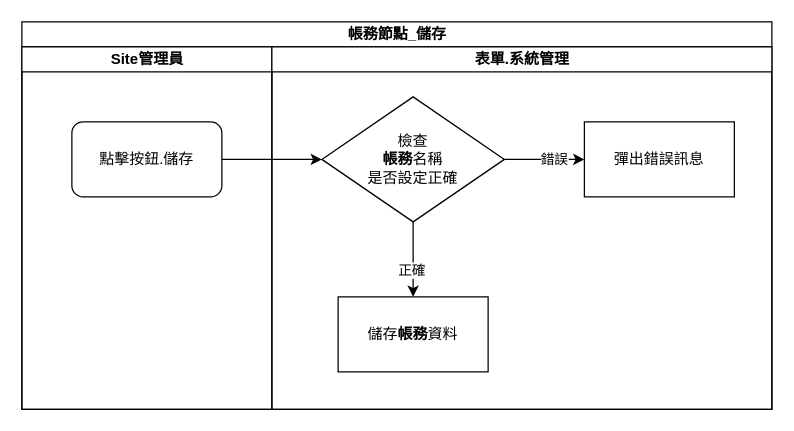
This is 8.10.0/UPDATE/ITEM_3/RTE/attachment/ProjectIndex_Corp_Save.drawio from ArcareRD/sadocs, a draw.io file, before an edit. Source tidied: cells renumbered, new cells numbered last; positions are measured from the earlier drawing's top-left corner, leaving out a move shared by most shapes. Both pictures are drawn from the tidied source at 125%, with x=0, y=0 at pixel (21, 21).
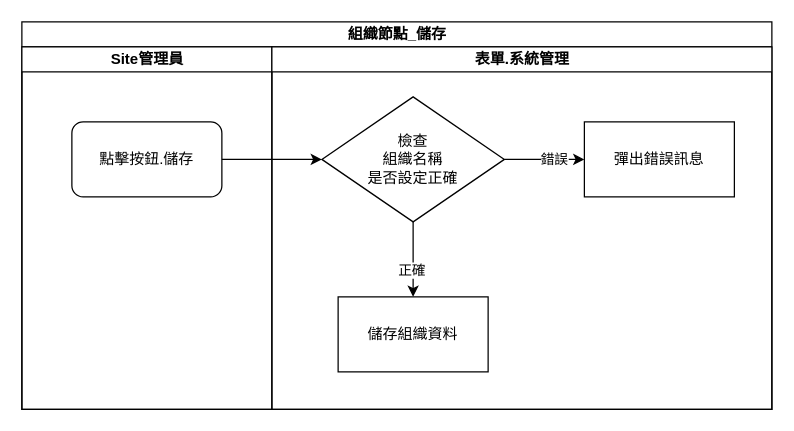
After the change.

The edit, as a diff of the source:
```diff
@@
 <mxGraphModel>
   <root>
     <mxCell id="0" />
     <mxCell id="1" parent="0" />
-    <mxCell id="2" value="帳務節點_儲存" style="swimlane;html=1;startSize=20;" parent="1" vertex="1">
+    <mxCell id="2" value="組織節點_儲存" style="swimlane;html=1;startSize=20;" parent="1" vertex="1">
       <mxGeometry width="600" height="310" as="geometry" />
     </mxCell>
     <mxCell id="3" value="Site管理員" style="swimlane;html=1;startSize=20;" parent="2" vertex="1">
       <mxGeometry y="20" width="200" height="290" as="geometry" />
     </mxCell>
     <mxCell id="4" value="點擊按鈕.儲存" style="rounded=1;whiteSpace=wrap;html=1;" parent="3" vertex="1">
       <mxGeometry x="40" y="60" width="120" height="60" as="geometry" />
     </mxCell>
     <mxCell id="5" style="edgeStyle=orthogonalEdgeStyle;rounded=0;jettySize=auto;html=1;exitX=1;exitY=0.5;exitDx=0;exitDy=0;entryX=0;entryY=0.5;entryDx=0;entryDy=0;" parent="2" edge="1" source="4" target="11">
       <mxGeometry relative="1" as="geometry" />
     </mxCell>
     <mxCell id="6" value="表單.系統管理" style="swimlane;html=1;startSize=20;" parent="2" vertex="1">
       <mxGeometry x="200" y="20" width="400" height="290" as="geometry" />
     </mxCell>
     <mxCell id="7" style="edgeStyle=orthogonalEdgeStyle;rounded=0;jettySize=auto;html=1;exitX=0.5;exitY=1;exitDx=0;exitDy=0;entryX=0.5;entryY=0;entryDx=0;entryDy=0;" parent="6" edge="1" source="11" target="12">
       <mxGeometry relative="1" as="geometry" />
     </mxCell>
     <mxCell id="8" value="正確" style="edgeLabel;html=1;align=center;verticalAlign=middle;" parent="7" vertex="1">
       <mxGeometry x="0.25" y="-2" relative="1" as="geometry" />
     </mxCell>
     <mxCell id="9" style="edgeStyle=orthogonalEdgeStyle;rounded=0;jettySize=auto;html=1;exitX=1;exitY=0.5;exitDx=0;exitDy=0;entryX=0;entryY=0.5;entryDx=0;entryDy=0;" parent="6" edge="1" source="11" target="13">
       <mxGeometry relative="1" as="geometry" />
     </mxCell>
     <mxCell id="10" value="錯誤" style="edgeLabel;html=1;align=center;verticalAlign=middle;" parent="9" vertex="1">
       <mxGeometry x="0.23" y="1" relative="1" as="geometry" />
     </mxCell>
-    <mxCell id="11" value="檢查&lt;br&gt;&lt;span style=&quot;font-weight: 700&quot;&gt;帳務&lt;/span&gt;名稱&lt;br&gt;是否設定正確" style="rhombus;whiteSpace=wrap;html=1;" parent="6" vertex="1">
+    <mxCell id="11" value="檢查&lt;br&gt;組織名稱&lt;br&gt;是否設定正確" style="rhombus;whiteSpace=wrap;html=1;" parent="6" vertex="1">
       <mxGeometry x="40" y="40" width="146" height="100" as="geometry" />
     </mxCell>
-    <mxCell id="12" value="儲存&lt;span style=&quot;font-weight: 700&quot;&gt;帳務&lt;/span&gt;資料" style="rounded=0;whiteSpace=wrap;html=1;" parent="6" vertex="1">
+    <mxCell id="12" value="儲存組織資料" style="rounded=0;whiteSpace=wrap;html=1;" parent="6" vertex="1">
       <mxGeometry x="53" y="200" width="120" height="60" as="geometry" />
     </mxCell>
     <mxCell id="13" value="彈出錯誤訊息" style="rounded=0;whiteSpace=wrap;html=1;" parent="6" vertex="1">
       <mxGeometry x="250" y="60" width="120" height="60" as="geometry" />
     </mxCell>
   </root>
 </mxGraphModel>
```
